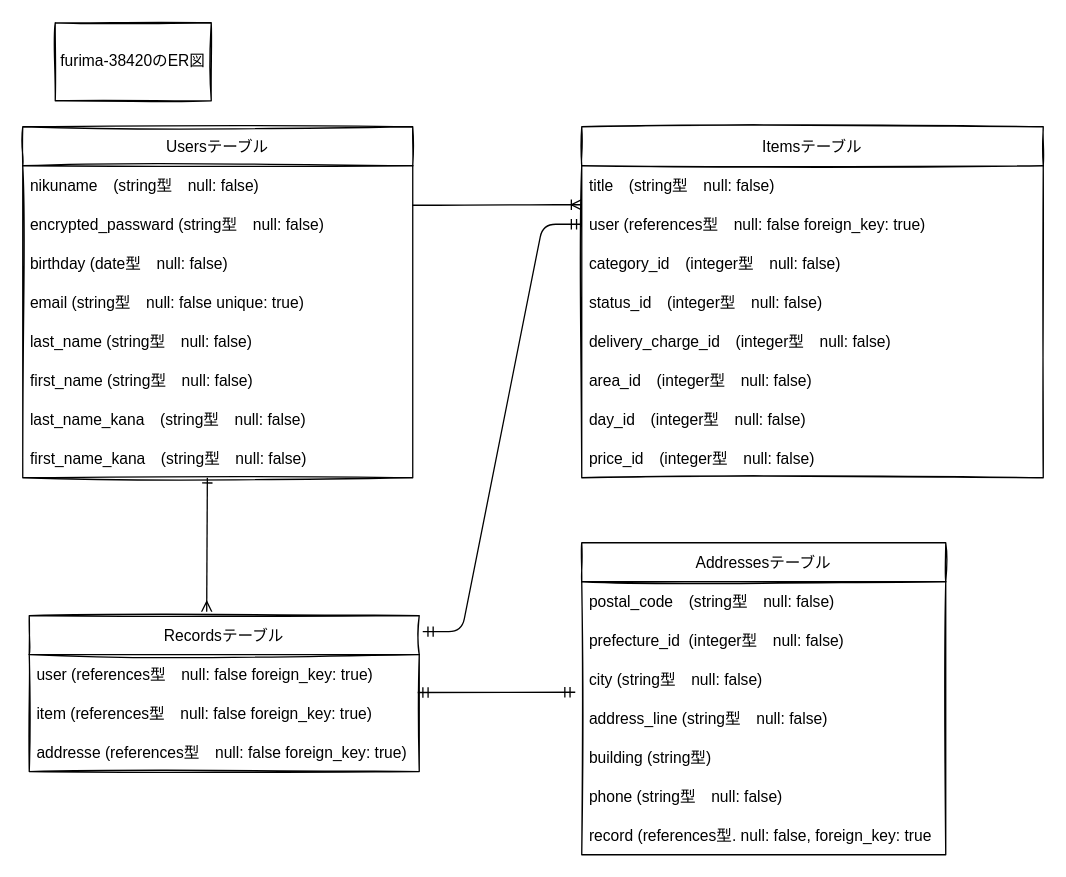
The draw.io diagram test.dio in noplan31/furima-38420, before the edit. Source tidied: cells renumbered, new cells numbered last; positions are measured from the earlier drawing's top-left corner, leaving out a move shared by most shapes. Both pictures are drawn from the tidied source at 130%, with x=0, y=0 at pixel (22, 22).
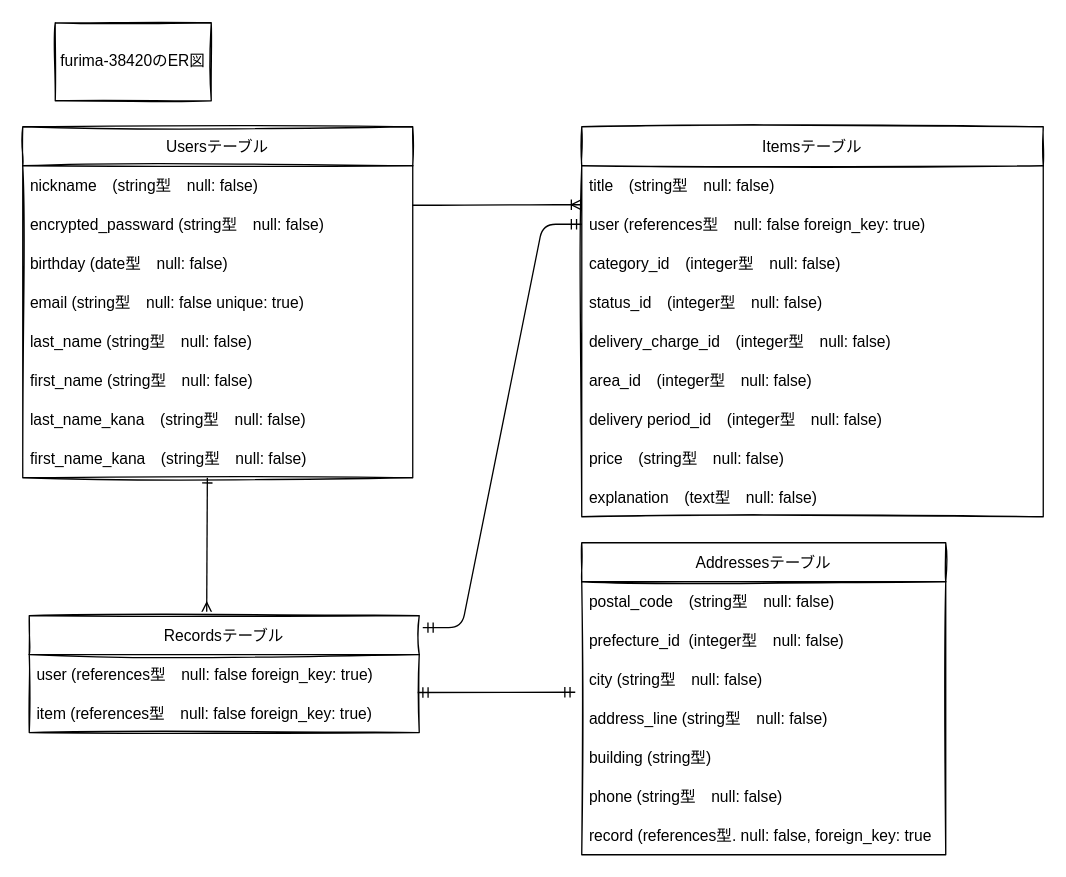
Above is the later version.

Commit message (it also covers changes not shown here):
データベース設計　修正2

Unchanged cells that the change refers to:
```xml
<mxCell id="2" value="Usersテーブル" style="swimlane;fontStyle=0;horizontal=1;startSize=30;sketch=1;" parent="1" vertex="1">
  <mxGeometry y="80" width="300" height="270" as="geometry" />
</mxCell>
```

Change to the diagram source:
```diff
@@
-    <mxCell id="3" value="nikuname　(string型　null: false)" style="text;strokeColor=none;fillColor=none;align=left;verticalAlign=middle;spacingLeft=4;spacingRight=4;overflow=hidden;sketch=1;" parent="2" vertex="1">
+    <mxCell id="3" value="nickname　(string型　null: false)" style="text;strokeColor=none;fillColor=none;align=left;verticalAlign=middle;spacingLeft=4;spacingRight=4;overflow=hidden;sketch=1;" parent="2" vertex="1">
       <mxGeometry y="30" width="300" height="30" as="geometry" />
     </mxCell>
@@
     <mxCell id="12" value="Itemsテーブル" style="swimlane;fontStyle=0;horizontal=1;startSize=30;sketch=1;" parent="1" vertex="1">
-      <mxGeometry x="430" y="80" width="355" height="270" as="geometry" />
+      <mxGeometry x="430" y="80" width="355" height="300" as="geometry" />
     </mxCell>
@@
-    <mxCell id="19" value="day_id　(integer型　null: false)" style="text;strokeColor=none;fillColor=none;align=left;verticalAlign=middle;spacingLeft=4;spacingRight=4;overflow=hidden;sketch=1;" parent="12" vertex="1">
+    <mxCell id="19" value="delivery period_id　(integer型　null: false)" style="text;strokeColor=none;fillColor=none;align=left;verticalAlign=middle;spacingLeft=4;spacingRight=4;overflow=hidden;sketch=1;" parent="12" vertex="1">
       <mxGeometry y="210" width="355" height="30" as="geometry" />
     </mxCell>
-    <mxCell id="20" value="price_id　(integer型　null: false)" style="text;strokeColor=none;fillColor=none;align=left;verticalAlign=middle;spacingLeft=4;spacingRight=4;overflow=hidden;sketch=1;" parent="12" vertex="1">
+    <mxCell id="20" value="price　(string型　null: false)" style="text;strokeColor=none;fillColor=none;align=left;verticalAlign=middle;spacingLeft=4;spacingRight=4;overflow=hidden;sketch=1;" parent="12" vertex="1">
       <mxGeometry y="240" width="355" height="30" as="geometry" />
     </mxCell>
+    <mxCell id="37" value="explanation　(text型　null: false)" style="text;strokeColor=none;fillColor=none;align=left;verticalAlign=middle;spacingLeft=4;spacingRight=4;overflow=hidden;sketch=1;" parent="12" vertex="1">
+      <mxGeometry y="270" width="355" height="30" as="geometry" />
+    </mxCell>
@@
     <mxCell id="31" value="Recordsテーブル" style="swimlane;fontStyle=0;horizontal=1;startSize=30;sketch=1;" parent="1" vertex="1">
-      <mxGeometry x="5" y="456" width="300" height="120" as="geometry" />
+      <mxGeometry x="5" y="456" width="300" height="90" as="geometry" />
     </mxCell>
@@
-    <mxCell id="34" value="addresse (references型　null: false foreign_key: true)" style="text;strokeColor=none;fillColor=none;align=left;verticalAlign=middle;spacingLeft=4;spacingRight=4;overflow=hidden;sketch=1;" parent="31" vertex="1">
-      <mxGeometry y="90" width="300" height="30" as="geometry" />
-    </mxCell>
```
